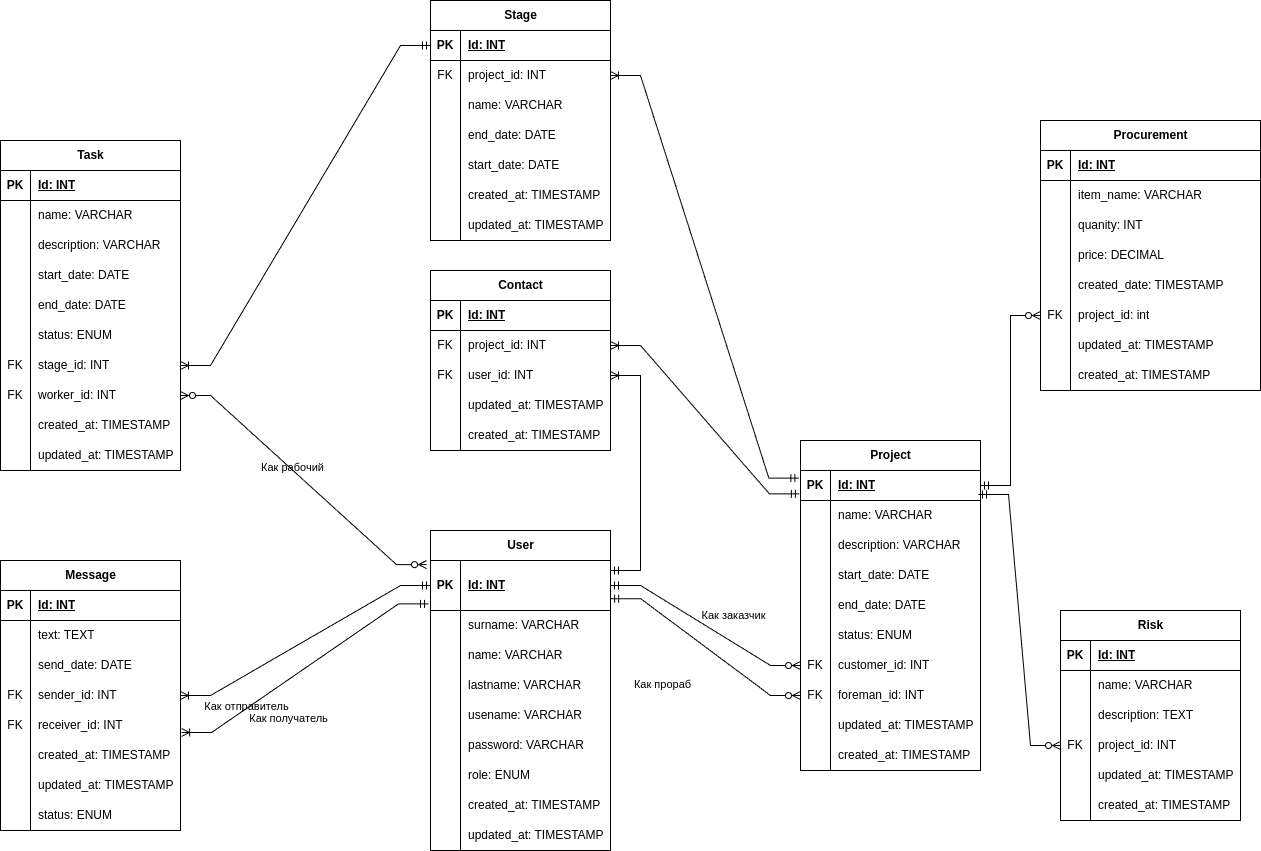
The draw.io diagram assets/sql.png in moevm/nosql2h24-repair, before a commit. Source tidied: cells renumbered, new cells last; positions are measured from the earlier drawing's top-left corner, leaving out a move shared by most shapes.
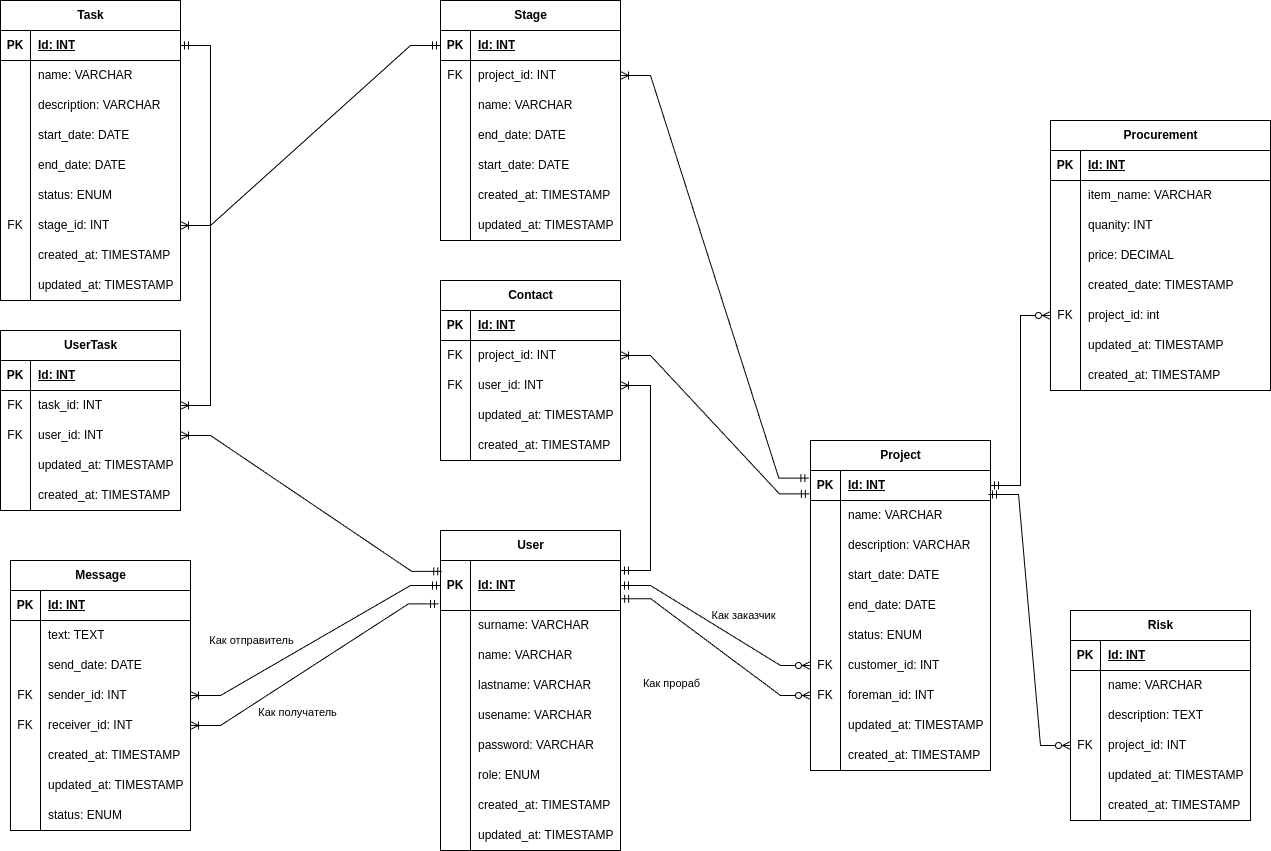
Above is the later version.

Diff of the diagram source:
```diff
@@ -246,7 +246,7 @@
       <mxGeometry x="30" width="150" height="30" as="geometry" />
     </mxCell>
     <mxCell id="83" value="Task" style="shape=table;startSize=30;rowLines=0;fontStyle=1;align=center;html=1;swimlaneLine=1;labelBackgroundColor=none;" parent="1" vertex="1">
-      <mxGeometry y="140" width="180" height="330" as="geometry" />
+      <mxGeometry x="-10" width="180" height="300" as="geometry" />
     </mxCell>
     <mxCell id="84" style="shape=tableRow;horizontal=0;startSize=0;swimlaneHead=0;swimlaneBody=0;fillColor=none;points=[[0,0.5],[1,0.5]];portConstraint=eastwest;top=0;left=0;right=0;bottom=1;labelBackgroundColor=none;" parent="83" vertex="1">
       <mxGeometry y="30" width="180" height="30" as="geometry" />
@@ -311,17 +311,8 @@
     <mxCell id="104" value="stage_id: INT" style="shape=partialRectangle;fillColor=none;top=0;left=0;bottom=0;right=0;align=left;spacingLeft=6;overflow=hidden;whiteSpace=wrap;html=1;labelBackgroundColor=none;" parent="102" vertex="1">
       <mxGeometry x="30" width="150" height="30" as="geometry" />
     </mxCell>
-    <mxCell id="105" style="shape=tableRow;horizontal=0;startSize=0;swimlaneHead=0;swimlaneBody=0;fillColor=none;points=[[0,0.5],[1,0.5]];portConstraint=eastwest;top=0;left=0;right=0;bottom=0;labelBackgroundColor=none;" parent="83" vertex="1">
-      <mxGeometry y="240" width="180" height="30" as="geometry" />
-    </mxCell>
-    <mxCell id="106" value="FK" style="shape=partialRectangle;fillColor=none;top=0;left=0;bottom=0;right=0;overflow=hidden;whiteSpace=wrap;html=1;labelBackgroundColor=none;" parent="105" vertex="1">
-      <mxGeometry width="30" height="30" as="geometry" />
-    </mxCell>
-    <mxCell id="107" value="worker_id: INT" style="shape=partialRectangle;fillColor=none;top=0;left=0;bottom=0;right=0;align=left;spacingLeft=6;overflow=hidden;whiteSpace=wrap;html=1;labelBackgroundColor=none;" parent="105" vertex="1">
-      <mxGeometry x="30" width="150" height="30" as="geometry" />
-    </mxCell>
     <mxCell id="108" style="shape=tableRow;horizontal=0;startSize=0;swimlaneHead=0;swimlaneBody=0;fillColor=none;top=0;left=0;right=0;bottom=0;labelBackgroundColor=none;" parent="83" vertex="1">
-      <mxGeometry y="270" width="180" height="30" as="geometry" />
+      <mxGeometry y="240" width="180" height="30" as="geometry" />
     </mxCell>
     <mxCell id="109" style="shape=partialRectangle;fillColor=none;top=0;left=0;bottom=0;right=0;overflow=hidden;whiteSpace=wrap;html=1;labelBackgroundColor=none;" parent="108" vertex="1">
       <mxGeometry width="30" height="30" as="geometry" />
@@ -330,7 +321,7 @@
       <mxGeometry x="30" width="150" height="30" as="geometry" />
     </mxCell>
     <mxCell id="111" style="shape=tableRow;horizontal=0;startSize=0;swimlaneHead=0;swimlaneBody=0;fillColor=none;top=0;left=0;right=0;bottom=0;labelBackgroundColor=none;" parent="83" vertex="1">
-      <mxGeometry y="300" width="180" height="30" as="geometry" />
+      <mxGeometry y="270" width="180" height="30" as="geometry" />
     </mxCell>
     <mxCell id="112" style="shape=partialRectangle;fillColor=none;top=0;left=0;bottom=0;right=0;overflow=hidden;whiteSpace=wrap;html=1;labelBackgroundColor=none;" parent="111" vertex="1">
       <mxGeometry width="30" height="30" as="geometry" />
@@ -546,7 +537,7 @@
       <mxGeometry x="30" width="150" height="30" as="geometry" />
     </mxCell>
     <mxCell id="183" value="Contact" style="shape=table;startSize=30;rowLines=0;fontStyle=1;align=center;html=1;labelBackgroundColor=none;" parent="1" vertex="1">
-      <mxGeometry x="430" y="270" width="180" height="180" as="geometry" />
+      <mxGeometry x="430" y="280" width="180" height="180" as="geometry" />
     </mxCell>
     <mxCell id="184" style="shape=tableRow;horizontal=0;startSize=0;swimlaneHead=0;swimlaneBody=0;fillColor=none;top=0;left=0;right=0;bottom=1;labelBackgroundColor=none;" parent="183" vertex="1">
       <mxGeometry y="30" width="180" height="30" as="geometry" />
@@ -617,12 +608,6 @@
         <mxPoint x="-97" y="-7" as="offset" />
       </mxGeometry>
     </mxCell>
-    <mxCell id="204" style="edgeStyle=entityRelationEdgeStyle;fontSize=12;html=1;endArrow=ERzeroToMany;startArrow=ERzeroToMany;rounded=0;entryX=-0.022;entryY=0.083;entryDx=0;entryDy=0;exitX=1;exitY=0.5;exitDx=0;exitDy=0;entryPerimeter=0;endFill=0;startFill=0;labelBackgroundColor=none;fontColor=default;" parent="1" edge="1" source="105" target="3">
-      <mxGeometry relative="1" as="geometry" />
-    </mxCell>
-    <mxCell id="205" value="Как рабочий" style="edgeLabel;html=1;align=center;verticalAlign=middle;labelBackgroundColor=none;" parent="204" vertex="1">
-      <mxGeometry x="-0.11" y="2" relative="1" as="geometry" />
-    </mxCell>
     <mxCell id="206" style="edgeStyle=entityRelationEdgeStyle;fontSize=12;html=1;endArrow=ERoneToMany;rounded=0;exitX=-0.009;exitY=0.256;exitDx=0;exitDy=0;exitPerimeter=0;startArrow=ERmandOne;startFill=0;entryX=1;entryY=0.5;entryDx=0;entryDy=0;labelBackgroundColor=none;fontColor=default;" parent="1" edge="1" source="31" target="65">
       <mxGeometry relative="1" as="geometry" />
     </mxCell>
@@ -640,10 +625,10 @@
     </mxCell>
     <mxCell id="211" value="Как отправитель" style="edgeLabel;html=1;align=center;verticalAlign=middle;labelBackgroundColor=none;" parent="210" vertex="1">
       <mxGeometry x="-0.13" relative="1" as="geometry">
-        <mxPoint x="-76" y="75" as="offset" />
+        <mxPoint x="-81" y="9" as="offset" />
       </mxGeometry>
     </mxCell>
-    <mxCell id="212" style="edgeStyle=entityRelationEdgeStyle;fontSize=12;html=1;endArrow=ERoneToMany;rounded=0;entryX=1.006;entryY=0.733;entryDx=0;entryDy=0;exitX=-0.011;exitY=0.867;exitDx=0;exitDy=0;entryPerimeter=0;exitPerimeter=0;startArrow=ERmandOne;startFill=0;labelBackgroundColor=none;fontColor=default;" parent="1" edge="1" source="3" target="127">
+    <mxCell id="212" style="edgeStyle=entityRelationEdgeStyle;fontSize=12;html=1;endArrow=ERoneToMany;rounded=0;entryX=1;entryY=0.5;entryDx=0;entryDy=0;exitX=-0.011;exitY=0.867;exitDx=0;exitDy=0;exitPerimeter=0;startArrow=ERmandOne;startFill=0;labelBackgroundColor=none;fontColor=default;" parent="1" edge="1" source="3" target="127">
       <mxGeometry relative="1" as="geometry" />
     </mxCell>
     <mxCell id="213" value="Как получатель" style="edgeLabel;html=1;align=center;verticalAlign=middle;labelBackgroundColor=none;" parent="212" vertex="1">
@@ -654,5 +639,69 @@
     <mxCell id="214" style="edgeStyle=entityRelationEdgeStyle;fontSize=12;html=1;endArrow=ERoneToMany;startArrow=ERmandOne;rounded=0;entryX=1;entryY=0.5;entryDx=0;entryDy=0;exitX=0;exitY=0.5;exitDx=0;exitDy=0;labelBackgroundColor=none;fontColor=default;" parent="1" edge="1" source="62" target="102">
       <mxGeometry relative="1" as="geometry" />
     </mxCell>
+    <mxCell id="215" value="UserTask" style="shape=table;startSize=30;rowLines=0;fontStyle=1;align=center;html=1;labelBackgroundColor=none;" parent="1" vertex="1">
+      <mxGeometry x="-10" y="330" width="180" height="180" as="geometry" />
+    </mxCell>
+    <mxCell id="216" style="shape=tableRow;horizontal=0;startSize=0;swimlaneHead=0;swimlaneBody=0;fillColor=none;top=0;left=0;right=0;bottom=1;labelBackgroundColor=none;" parent="215" vertex="1">
+      <mxGeometry y="30" width="180" height="30" as="geometry" />
+    </mxCell>
+    <mxCell id="217" value="PK" style="shape=partialRectangle;fillColor=none;top=0;left=0;bottom=0;right=0;fontStyle=1;overflow=hidden;whiteSpace=wrap;html=1;labelBackgroundColor=none;" parent="216" vertex="1">
+      <mxGeometry width="30" height="30" as="geometry" />
+    </mxCell>
+    <mxCell id="218" value="Id: INT" style="shape=partialRectangle;fillColor=none;top=0;left=0;bottom=0;right=0;align=left;spacingLeft=6;fontStyle=5;overflow=hidden;whiteSpace=wrap;html=1;labelBackgroundColor=none;" parent="216" vertex="1">
+      <mxGeometry x="30" width="150" height="30" as="geometry" />
+    </mxCell>
+    <mxCell id="219" style="shape=tableRow;horizontal=0;startSize=0;swimlaneHead=0;swimlaneBody=0;fillColor=none;points=[[0,0.5],[1,0.5]];portConstraint=eastwest;top=0;left=0;right=0;bottom=0;labelBackgroundColor=none;" parent="215" vertex="1">
+      <mxGeometry y="60" width="180" height="30" as="geometry" />
+    </mxCell>
+    <mxCell id="220" value="FK" style="shape=partialRectangle;fillColor=none;top=0;left=0;bottom=0;right=0;overflow=hidden;whiteSpace=wrap;html=1;labelBackgroundColor=none;" parent="219" vertex="1">
+      <mxGeometry width="30" height="30" as="geometry" />
+    </mxCell>
+    <mxCell id="221" value="task_id: INT" style="shape=partialRectangle;fillColor=none;top=0;left=0;bottom=0;right=0;align=left;spacingLeft=6;overflow=hidden;whiteSpace=wrap;html=1;labelBackgroundColor=none;" parent="219" vertex="1">
+      <mxGeometry x="30" width="150" height="30" as="geometry" />
+    </mxCell>
+    <mxCell id="222" style="shape=tableRow;horizontal=0;startSize=0;swimlaneHead=0;swimlaneBody=0;fillColor=none;points=[[0,0.5],[1,0.5]];portConstraint=eastwest;top=0;left=0;right=0;bottom=0;labelBackgroundColor=none;" parent="215" vertex="1">
+      <mxGeometry y="90" width="180" height="30" as="geometry" />
+    </mxCell>
+    <mxCell id="223" value="FK" style="shape=partialRectangle;fillColor=none;top=0;left=0;bottom=0;right=0;overflow=hidden;whiteSpace=wrap;html=1;labelBackgroundColor=none;" parent="222" vertex="1">
+      <mxGeometry width="30" height="30" as="geometry" />
+    </mxCell>
+    <mxCell id="224" value="user_id: INT" style="shape=partialRectangle;fillColor=none;top=0;left=0;bottom=0;right=0;align=left;spacingLeft=6;overflow=hidden;whiteSpace=wrap;html=1;labelBackgroundColor=none;" parent="222" vertex="1">
+      <mxGeometry x="30" width="150" height="30" as="geometry" />
+    </mxCell>
+    <mxCell id="225" style="shape=tableRow;horizontal=0;startSize=0;swimlaneHead=0;swimlaneBody=0;fillColor=none;top=0;left=0;right=0;bottom=0;labelBackgroundColor=none;" parent="215" vertex="1">
+      <mxGeometry y="120" width="180" height="30" as="geometry" />
+    </mxCell>
+    <mxCell id="226" style="shape=partialRectangle;fillColor=none;top=0;left=0;bottom=0;right=0;overflow=hidden;whiteSpace=wrap;html=1;labelBackgroundColor=none;" parent="225" vertex="1">
+      <mxGeometry width="30" height="30" as="geometry" />
+    </mxCell>
+    <mxCell id="227" value="updated_at: TIMESTAMP" style="shape=partialRectangle;fillColor=none;top=0;left=0;bottom=0;right=0;align=left;spacingLeft=6;overflow=hidden;whiteSpace=wrap;html=1;labelBackgroundColor=none;" parent="225" vertex="1">
+      <mxGeometry x="30" width="150" height="30" as="geometry" />
+    </mxCell>
+    <mxCell id="228" style="shape=tableRow;horizontal=0;startSize=0;swimlaneHead=0;swimlaneBody=0;fillColor=none;top=0;left=0;right=0;bottom=0;labelBackgroundColor=none;" parent="215" vertex="1">
+      <mxGeometry y="150" width="180" height="30" as="geometry" />
+    </mxCell>
+    <mxCell id="229" style="shape=partialRectangle;fillColor=none;top=0;left=0;bottom=0;right=0;overflow=hidden;whiteSpace=wrap;html=1;labelBackgroundColor=none;" parent="228" vertex="1">
+      <mxGeometry width="30" height="30" as="geometry" />
+    </mxCell>
+    <mxCell id="230" value="created_at: TIMESTAMP" style="shape=partialRectangle;fillColor=none;top=0;left=0;bottom=0;right=0;align=left;spacingLeft=6;overflow=hidden;whiteSpace=wrap;html=1;labelBackgroundColor=none;" parent="228" vertex="1">
+      <mxGeometry x="30" width="150" height="30" as="geometry" />
+    </mxCell>
+    <mxCell id="231" style="edgeStyle=entityRelationEdgeStyle;fontSize=12;html=1;endArrow=ERoneToMany;rounded=0;startArrow=ERmandOne;startFill=0;labelBackgroundColor=none;fontColor=default;" parent="1" edge="1" source="84" target="219">
+      <mxGeometry relative="1" as="geometry">
+        <Array as="points">
+          <mxPoint x="391" y="525" />
+          <mxPoint x="110" y="395" />
+        </Array>
+      </mxGeometry>
+    </mxCell>
+    <mxCell id="232" style="edgeStyle=entityRelationEdgeStyle;fontSize=12;html=1;endArrow=ERoneToMany;rounded=0;startArrow=ERmandOne;startFill=0;labelBackgroundColor=none;fontColor=default;entryX=1;entryY=0.5;entryDx=0;entryDy=0;exitX=0.007;exitY=0.218;exitDx=0;exitDy=0;exitPerimeter=0;" parent="1" edge="1" source="3" target="222">
+      <mxGeometry relative="1" as="geometry">
+        <Array as="points">
+          <mxPoint x="538" y="620" />
+          <mxPoint x="257" y="490" />
+        </Array>
+      </mxGeometry>
+    </mxCell>
   </root>
 </mxGraphModel>
```
